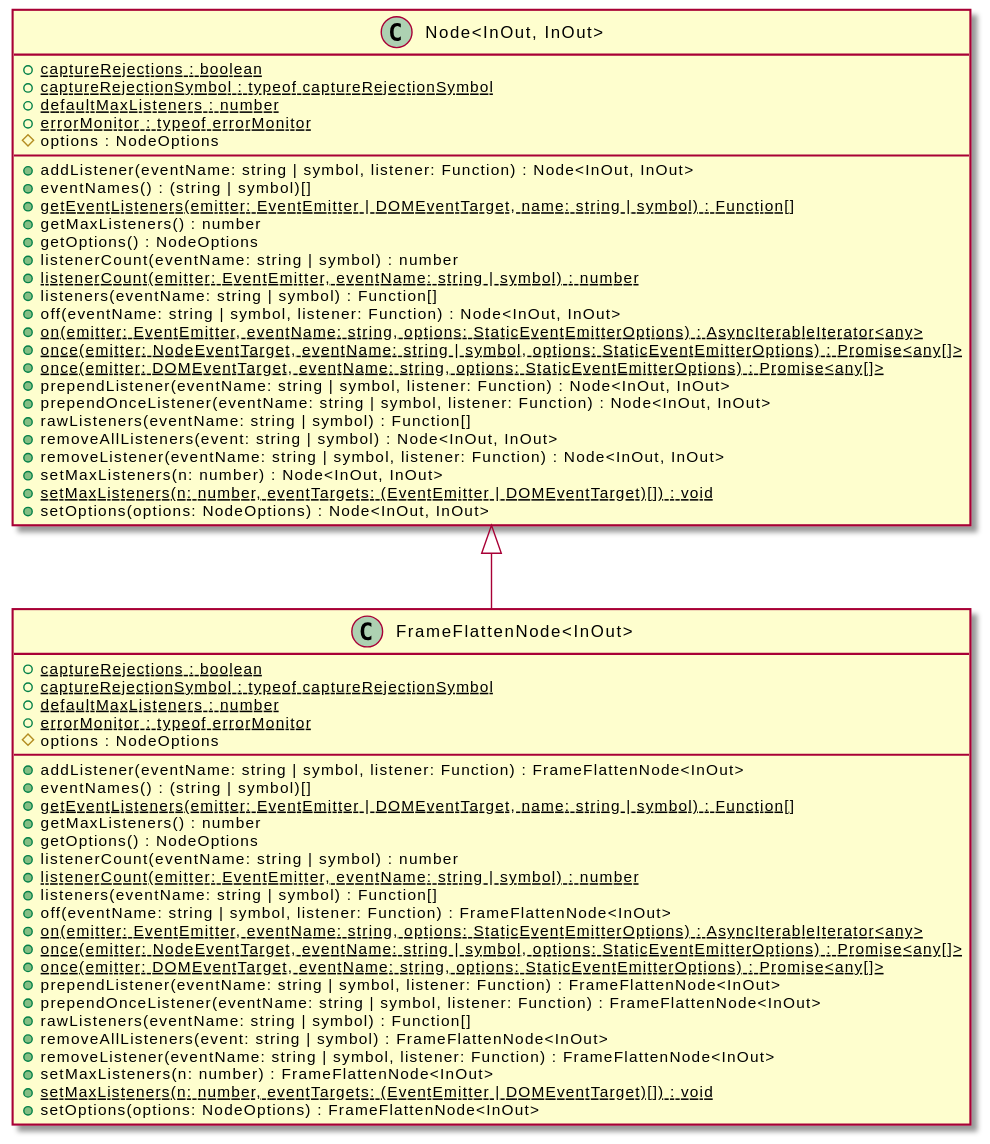
The PlantUML diagram assets/FrameFlattenNode-umlClassDiagram-11085.svg in OpenHPS/openhps-core, before a commit.
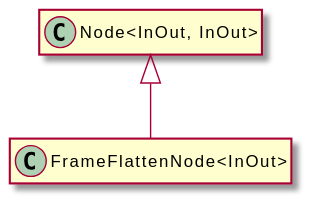
Later version of the same file.

What changed in the source:
```diff
@@ -3,58 +3,8 @@
 hide empty methods
 hide empty fields
 class "FrameFlattenNode<InOut>" {
-    {static} +captureRejections : boolean
-    {static} +captureRejectionSymbol : typeof captureRejectionSymbol
-    {static} +defaultMaxListeners : number
-    {static} +errorMonitor : typeof errorMonitor
-    #options : NodeOptions
-    +addListener(eventName: string | symbol, listener: Function) : FrameFlattenNode<InOut>
-    +eventNames() : (string | symbol)[]
-    {static} +getEventListeners(emitter: EventEmitter | DOMEventTarget, name: string | symbol) : Function[]
-    +getMaxListeners() : number
-    +getOptions() : NodeOptions
-    +listenerCount(eventName: string | symbol) : number
-    {static} +listenerCount(emitter: EventEmitter, eventName: string | symbol) : number
-    +listeners(eventName: string | symbol) : Function[]
-    +off(eventName: string | symbol, listener: Function) : FrameFlattenNode<InOut>
-    {static} +on(emitter: EventEmitter, eventName: string, options: StaticEventEmitterOptions) : AsyncIterableIterator<any>
-    {static} +once(emitter: NodeEventTarget, eventName: string | symbol, options: StaticEventEmitterOptions) : Promise<any[]>
-    {static} +once(emitter: DOMEventTarget, eventName: string, options: StaticEventEmitterOptions) : Promise<any[]>
-    +prependListener(eventName: string | symbol, listener: Function) : FrameFlattenNode<InOut>
-    +prependOnceListener(eventName: string | symbol, listener: Function) : FrameFlattenNode<InOut>
-    +rawListeners(eventName: string | symbol) : Function[]
-    +removeAllListeners(event: string | symbol) : FrameFlattenNode<InOut>
-    +removeListener(eventName: string | symbol, listener: Function) : FrameFlattenNode<InOut>
-    +setMaxListeners(n: number) : FrameFlattenNode<InOut>
-    {static} +setMaxListeners(n: number, eventTargets: (EventEmitter | DOMEventTarget)[]) : void
-    +setOptions(options: NodeOptions) : FrameFlattenNode<InOut>
 }
 class "Node<InOut, InOut>" {
-    {static} +captureRejections : boolean
-    {static} +captureRejectionSymbol : typeof captureRejectionSymbol
-    {static} +defaultMaxListeners : number
-    {static} +errorMonitor : typeof errorMonitor
-    #options : NodeOptions
-    +addListener(eventName: string | symbol, listener: Function) : Node<InOut, InOut>
-    +eventNames() : (string | symbol)[]
-    {static} +getEventListeners(emitter: EventEmitter | DOMEventTarget, name: string | symbol) : Function[]
-    +getMaxListeners() : number
-    +getOptions() : NodeOptions
-    +listenerCount(eventName: string | symbol) : number
-    {static} +listenerCount(emitter: EventEmitter, eventName: string | symbol) : number
-    +listeners(eventName: string | symbol) : Function[]
-    +off(eventName: string | symbol, listener: Function) : Node<InOut, InOut>
-    {static} +on(emitter: EventEmitter, eventName: string, options: StaticEventEmitterOptions) : AsyncIterableIterator<any>
-    {static} +once(emitter: NodeEventTarget, eventName: string | symbol, options: StaticEventEmitterOptions) : Promise<any[]>
-    {static} +once(emitter: DOMEventTarget, eventName: string, options: StaticEventEmitterOptions) : Promise<any[]>
-    +prependListener(eventName: string | symbol, listener: Function) : Node<InOut, InOut>
-    +prependOnceListener(eventName: string | symbol, listener: Function) : Node<InOut, InOut>
-    +rawListeners(eventName: string | symbol) : Function[]
-    +removeAllListeners(event: string | symbol) : Node<InOut, InOut>
-    +removeListener(eventName: string | symbol, listener: Function) : Node<InOut, InOut>
-    +setMaxListeners(n: number) : Node<InOut, InOut>
-    {static} +setMaxListeners(n: number, eventTargets: (EventEmitter | DOMEventTarget)[]) : void
-    +setOptions(options: NodeOptions) : Node<InOut, InOut>
 }
 "Node<InOut, InOut>" <|-- "FrameFlattenNode<InOut>"
 @enduml
```
